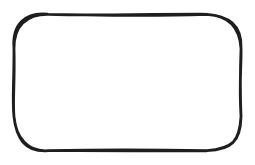
The Excalidraw diagram diagrams/ai.excalidraw.svg in BlitzExp/advanced_database_notes, before a commit. Source tidied: one line per element, renumbered; positions are measured from the earlier drawing's top-left corner, leaving out a move shared by most shapes. Source of this version:
```json
{"id": 0, "type": "rectangle", "strokeColor": "#1e1e1e", "strokeWidth": 2, "roughness": 1, "round": true, "x": 0, "y": 0, "width": 162, "height": 98}
```
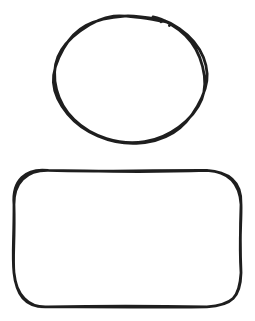
After the commit.

Change to the diagram source:
```diff
@@ -1,1 +1,2 @@
 {"id": 0, "type": "rectangle", "strokeColor": "#1e1e1e", "strokeWidth": 2, "roughness": 1, "round": true, "x": 0, "y": 0, "width": 162, "height": 98}
+{"id": 1, "type": "ellipse", "strokeColor": "#1e1e1e", "strokeWidth": 2, "roughness": 1, "round": true, "x": 29, "y": -112, "width": 108, "height": 91}
```
